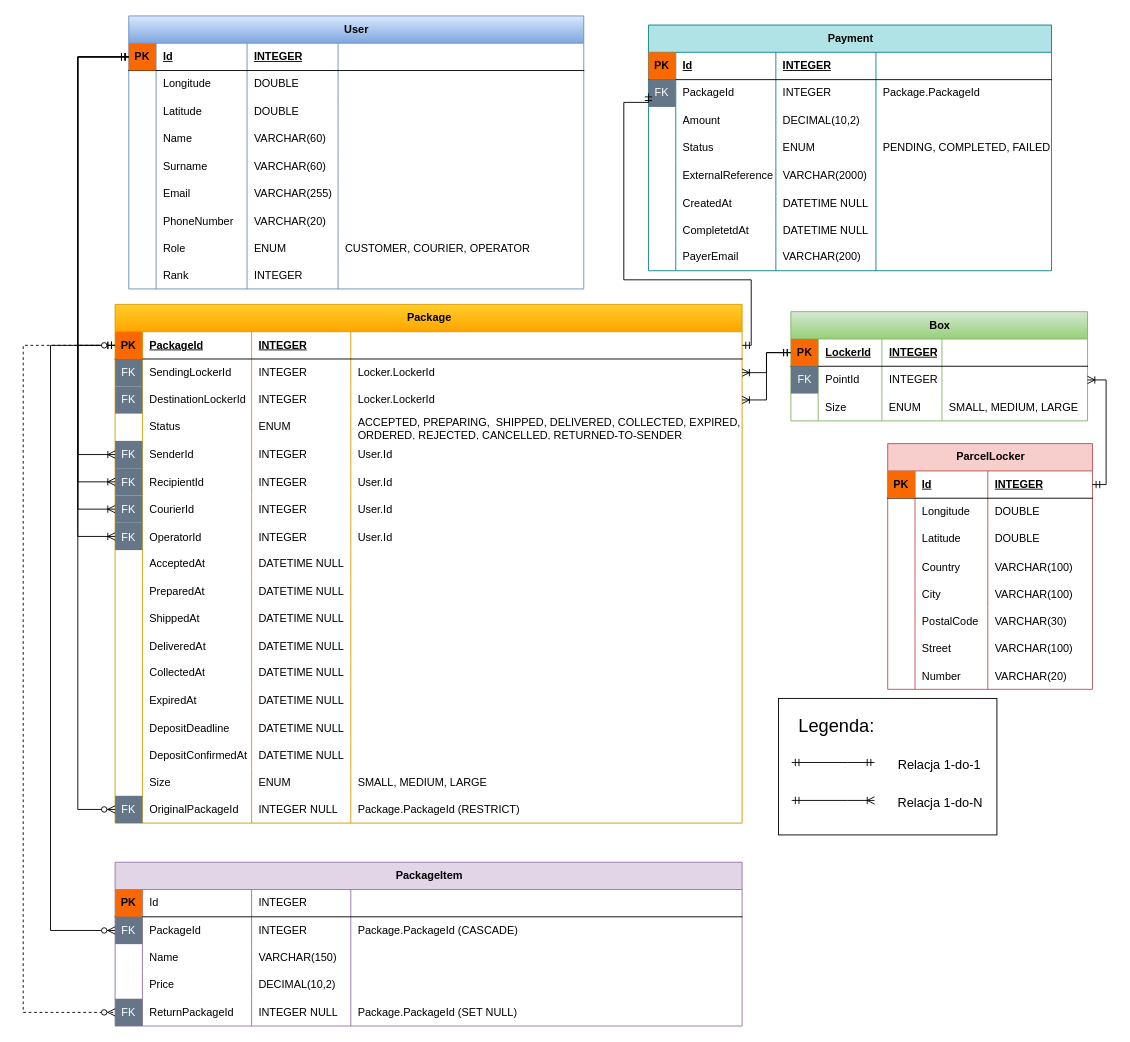
AGH-ISI-projects/package-management keeps this draw.io diagram as krzycha/docs/nowe/er/IO - diagram ER - rozszerzony.drawio. Above is the earlier version. Source tidied: cells renumbered, new cells numbered last; positions are measured from the earlier drawing's top-left corner, leaving out a move shared by most shapes. Both pictures are drawn from the tidied source at 91%, with x=0, y=0 at pixel (23, 15).
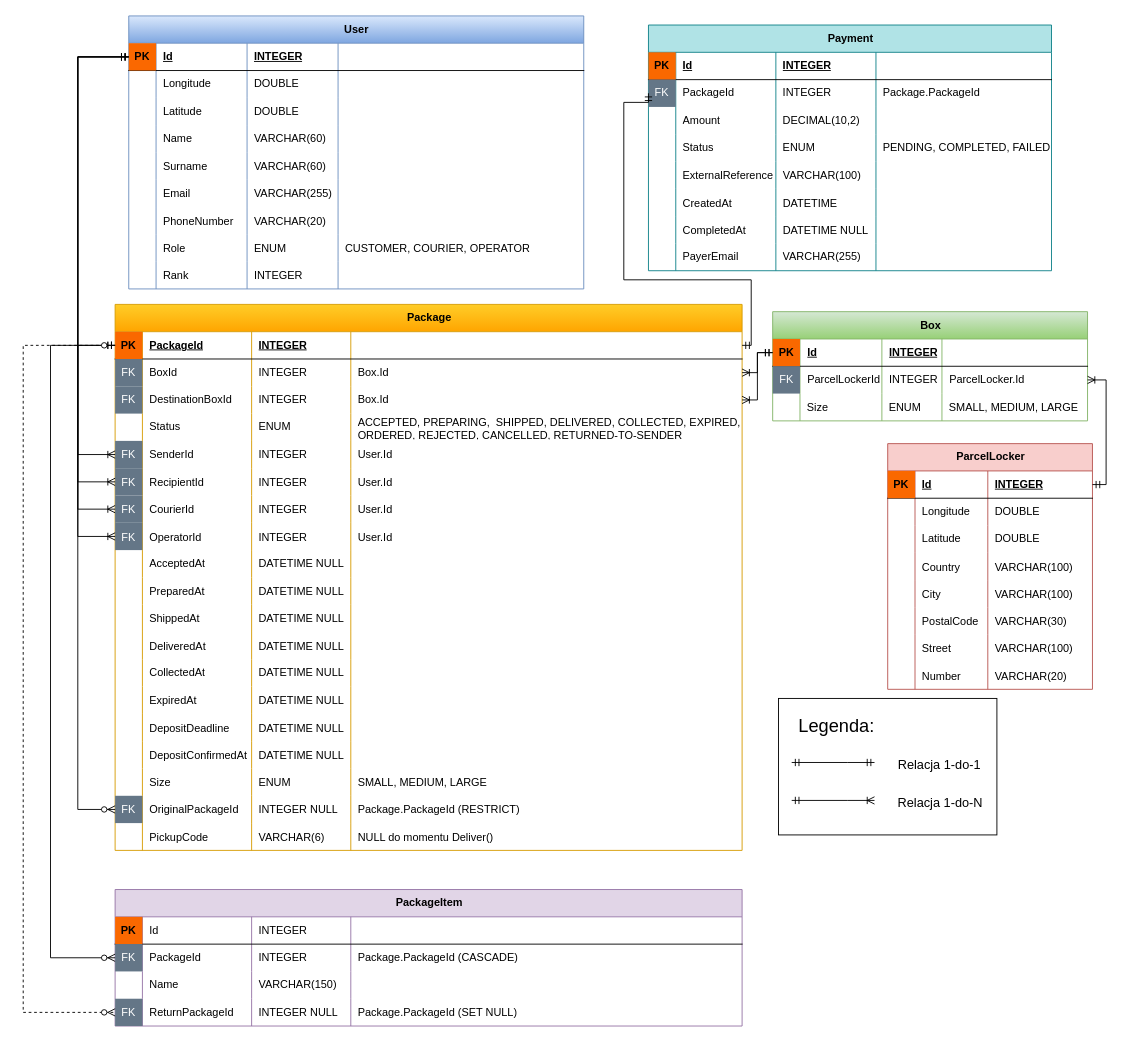
The same page after the edit.

Unchanged cells that the change refers to:
```xml
<mxCell id="19" style="shape=tableRow;horizontal=0;startSize=0;swimlaneHead=0;swimlaneBody=0;fillColor=none;points=[[0,0.5],[1,0.5]];portConstraint=eastwest;top=0;left=0;right=0;bottom=1;" parent="18" vertex="1">
  <mxGeometry y="30" width="689" height="30" as="geometry" />
</mxCell>
<mxCell id="24" style="shape=tableRow;horizontal=0;startSize=0;swimlaneHead=0;swimlaneBody=0;fillColor=none;points=[[0,0.5],[1,0.5]];portConstraint=eastwest;top=0;left=0;right=0;bottom=0;" parent="18" vertex="1">
  <mxGeometry y="60" width="689" height="30" as="geometry" />
</mxCell>
<mxCell id="29" style="shape=tableRow;horizontal=0;startSize=0;swimlaneHead=0;swimlaneBody=0;fillColor=none;points=[[0,0.5],[1,0.5]];portConstraint=eastwest;top=0;left=0;right=0;bottom=0;" parent="18" vertex="1">
  <mxGeometry y="90" width="689" height="30" as="geometry" />
</mxCell>
<mxCell id="214" style="shape=tableRow;horizontal=0;startSize=0;swimlaneHead=0;swimlaneBody=0;fillColor=none;top=0;left=0;right=0;bottom=0;" parent="193" vertex="1">
  <mxGeometry y="150" width="442.9" height="30" as="geometry" />
</mxCell>
<mxCell id="219" style="shape=tableRow;horizontal=0;startSize=0;swimlaneHead=0;swimlaneBody=0;fillColor=none;top=0;left=0;right=0;bottom=0;" parent="193" vertex="1">
  <mxGeometry y="180" width="442.9" height="30" as="geometry" />
</mxCell>
<mxCell id="224" style="shape=tableRow;horizontal=0;startSize=0;swimlaneHead=0;swimlaneBody=0;fillColor=none;top=0;left=0;right=0;bottom=0;" parent="193" vertex="1">
  <mxGeometry y="210" width="442.9" height="30" as="geometry" />
</mxCell>
<mxCell id="229" style="shape=tableRow;horizontal=0;startSize=0;swimlaneHead=0;swimlaneBody=0;fillColor=none;top=0;left=0;right=0;bottom=0;" parent="193" vertex="1">
  <mxGeometry y="240" width="442.9" height="30" as="geometry" />
</mxCell>
<mxCell id="250" style="shape=tableRow;horizontal=0;startSize=0;swimlaneHead=0;swimlaneBody=0;fillColor=none;points=[[0,0.5],[1,0.5]];portConstraint=eastwest;top=0;left=0;right=0;bottom=0;" parent="244" vertex="1">
  <mxGeometry y="60" width="689" height="30" as="geometry" />
</mxCell>
```

Diff of the diagram source:
```diff
@@
     <mxCell id="2" value="Box" style="shape=table;startSize=30;childLayout=tableLayout;rowLines=0;fontStyle=1;align=center;html=1;fillColor=#d5e8d4;gradientColor=#97d077;strokeColor=#82b366;swimlaneFillColor=default;" parent="1" vertex="1">
-      <mxGeometry x="843.6" y="325" width="326" height="120" as="geometry" />
+      <mxGeometry x="823.6" y="325" width="346" height="120" as="geometry" />
     </mxCell>
     <mxCell id="3" style="shape=tableRow;horizontal=0;startSize=0;swimlaneHead=0;swimlaneBody=0;fillColor=none;points=[[0,0.5],[1,0.5]];portConstraint=eastwest;top=0;left=0;right=0;bottom=1;" parent="2" vertex="1">
-      <mxGeometry y="30" width="326" height="30" as="geometry" />
+      <mxGeometry y="30" width="346" height="30" as="geometry" />
     </mxCell>
@@
-    <mxCell id="5" value="LockerId" style="shape=partialRectangle;fillColor=none;top=0;left=0;bottom=0;right=0;align=left;spacingLeft=6;fontStyle=5;overflow=hidden;whiteSpace=wrap;html=1;" parent="3" vertex="1">
-      <mxGeometry x="30" width="70" height="30" as="geometry" />
+    <mxCell id="5" value="Id" style="shape=partialRectangle;fillColor=none;top=0;left=0;bottom=0;right=0;align=left;spacingLeft=6;fontStyle=5;overflow=hidden;whiteSpace=wrap;html=1;" parent="3" vertex="1">
+      <mxGeometry x="30" width="90" height="30" as="geometry" />
     </mxCell>
     <mxCell id="6" value="INTEGER" style="shape=partialRectangle;fillColor=none;top=0;left=0;bottom=0;right=0;align=left;spacingLeft=6;fontStyle=5;overflow=hidden;whiteSpace=wrap;html=1;" parent="3" vertex="1">
-      <mxGeometry x="100" width="66" height="30" as="geometry" />
+      <mxGeometry x="120" width="66" height="30" as="geometry" />
     </mxCell>
     <mxCell id="7" style="shape=partialRectangle;fillColor=none;top=0;left=0;bottom=0;right=0;align=left;spacingLeft=6;fontStyle=5;overflow=hidden;whiteSpace=wrap;html=1;" parent="3" vertex="1">
-      <mxGeometry x="166" width="160" height="30" as="geometry" />
+      <mxGeometry x="186" width="160" height="30" as="geometry" />
     </mxCell>
     <mxCell id="8" style="shape=tableRow;horizontal=0;startSize=0;swimlaneHead=0;swimlaneBody=0;fillColor=none;points=[[0,0.5],[1,0.5]];portConstraint=eastwest;top=0;left=0;right=0;bottom=0;" parent="2" vertex="1">
-      <mxGeometry y="60" width="326" height="30" as="geometry" />
+      <mxGeometry y="60" width="346" height="30" as="geometry" />
     </mxCell>
@@
-    <mxCell id="10" value="PointId" style="shape=partialRectangle;fillColor=none;top=0;left=0;bottom=0;right=0;align=left;spacingLeft=6;fontStyle=0;overflow=hidden;whiteSpace=wrap;html=1;" parent="8" vertex="1">
-      <mxGeometry x="30" width="70" height="30" as="geometry" />
+    <mxCell id="10" value="ParcelLockerId" style="shape=partialRectangle;fillColor=none;top=0;left=0;bottom=0;right=0;align=left;spacingLeft=6;fontStyle=0;overflow=hidden;whiteSpace=wrap;html=1;" parent="8" vertex="1">
+      <mxGeometry x="30" width="90" height="30" as="geometry" />
     </mxCell>
     <mxCell id="11" value="INTEGER" style="shape=partialRectangle;fillColor=none;top=0;left=0;bottom=0;right=0;align=left;spacingLeft=6;fontStyle=0;overflow=hidden;whiteSpace=wrap;html=1;" parent="8" vertex="1">
-      <mxGeometry x="100" width="66" height="30" as="geometry" />
+      <mxGeometry x="120" width="66" height="30" as="geometry" />
     </mxCell>
-    <mxCell id="12" style="shape=partialRectangle;fillColor=none;top=0;left=0;bottom=0;right=0;align=left;spacingLeft=6;fontStyle=0;overflow=hidden;whiteSpace=wrap;html=1;" parent="8" vertex="1">
-      <mxGeometry x="166" width="160" height="30" as="geometry" />
+    <mxCell id="12" value="ParcelLocker.Id" style="shape=partialRectangle;fillColor=none;top=0;left=0;bottom=0;right=0;align=left;spacingLeft=6;fontStyle=0;overflow=hidden;whiteSpace=wrap;html=1;" parent="8" vertex="1">
+      <mxGeometry x="186" width="160" height="30" as="geometry" />
     </mxCell>
     <mxCell id="13" style="shape=tableRow;horizontal=0;startSize=0;swimlaneHead=0;swimlaneBody=0;fillColor=none;top=0;left=0;right=0;bottom=0;" parent="2" vertex="1">
-      <mxGeometry y="90" width="326" height="30" as="geometry" />
+      <mxGeometry y="90" width="346" height="30" as="geometry" />
     </mxCell>
@@
     <mxCell id="15" value="Size" style="shape=partialRectangle;fillColor=none;top=0;left=0;bottom=0;right=0;align=left;spacingLeft=6;overflow=hidden;" parent="13" vertex="1">
-      <mxGeometry x="30" width="70" height="30" as="geometry" />
+      <mxGeometry x="30" width="90" height="30" as="geometry" />
     </mxCell>
     <mxCell id="16" value="ENUM" style="shape=partialRectangle;fillColor=none;top=0;left=0;bottom=0;right=0;align=left;spacingLeft=6;overflow=hidden;" parent="13" vertex="1">
-      <mxGeometry x="100" width="66" height="30" as="geometry" />
+      <mxGeometry x="120" width="66" height="30" as="geometry" />
     </mxCell>
     <mxCell id="17" value="SMALL, MEDIUM, LARGE" style="shape=partialRectangle;fillColor=none;top=0;left=0;bottom=0;right=0;align=left;spacingLeft=6;overflow=hidden;" parent="13" vertex="1">
-      <mxGeometry x="166" width="160" height="30" as="geometry" />
+      <mxGeometry x="186" width="160" height="30" as="geometry" />
     </mxCell>
     <mxCell id="18" value="Package" style="shape=table;startSize=30;childLayout=tableLayout;rowLines=0;fontStyle=1;align=center;html=1;swimlaneFillColor=default;fillColor=#ffcd28;strokeColor=#d79b00;gradientColor=#ffa500;" parent="1" vertex="1">
-      <mxGeometry x="101" y="317" width="689" height="570" as="geometry" />
+      <mxGeometry x="101" y="317" width="689" height="600" as="geometry" />
     </mxCell>
@@
-    <mxCell id="26" value="SendingLockerId" style="shape=partialRectangle;fillColor=none;top=0;left=0;bottom=0;right=0;align=left;spacingLeft=6;overflow=hidden;whiteSpace=wrap;html=1;" parent="24" vertex="1">
+    <mxCell id="26" value="BoxId" style="shape=partialRectangle;fillColor=none;top=0;left=0;bottom=0;right=0;align=left;spacingLeft=6;overflow=hidden;whiteSpace=wrap;html=1;" parent="24" vertex="1">
       <mxGeometry x="30" width="120" height="30" as="geometry" />
     </mxCell>
@@
-    <mxCell id="28" value="Locker.LockerId" style="shape=partialRectangle;fillColor=none;top=0;left=0;bottom=0;right=0;align=left;spacingLeft=6;overflow=hidden;whiteSpace=wrap;html=1;" parent="24" vertex="1">
+    <mxCell id="28" value="Box.Id" style="shape=partialRectangle;fillColor=none;top=0;left=0;bottom=0;right=0;align=left;spacingLeft=6;overflow=hidden;whiteSpace=wrap;html=1;" parent="24" vertex="1">
       <mxGeometry x="259" width="430" height="30" as="geometry" />
     </mxCell>
@@
-    <mxCell id="31" value="DestinationLockerId" style="shape=partialRectangle;fillColor=none;top=0;left=0;bottom=0;right=0;align=left;spacingLeft=6;fontStyle=0;overflow=hidden;whiteSpace=wrap;html=1;" parent="29" vertex="1">
+    <mxCell id="31" value="DestinationBoxId" style="shape=partialRectangle;fillColor=none;top=0;left=0;bottom=0;right=0;align=left;spacingLeft=6;fontStyle=0;overflow=hidden;whiteSpace=wrap;html=1;" parent="29" vertex="1">
       <mxGeometry x="30" width="120" height="30" as="geometry" />
     </mxCell>
@@
-    <mxCell id="33" value="Locker.LockerId" style="shape=partialRectangle;fillColor=none;top=0;left=0;bottom=0;right=0;align=left;spacingLeft=6;fontStyle=0;overflow=hidden;whiteSpace=wrap;html=1;" parent="29" vertex="1">
+    <mxCell id="33" value="Box.Id" style="shape=partialRectangle;fillColor=none;top=0;left=0;bottom=0;right=0;align=left;spacingLeft=6;fontStyle=0;overflow=hidden;whiteSpace=wrap;html=1;" parent="29" vertex="1">
       <mxGeometry x="259" width="430" height="30" as="geometry" />
     </mxCell>
@@
-    <mxCell id="217" value="VARCHAR(2000)" style="shape=partialRectangle;fillColor=none;top=0;left=0;bottom=0;right=0;align=left;spacingLeft=6;overflow=hidden;" parent="214" vertex="1">
+    <mxCell id="217" value="VARCHAR(100)" style="shape=partialRectangle;fillColor=none;top=0;left=0;bottom=0;right=0;align=left;spacingLeft=6;overflow=hidden;" parent="214" vertex="1">
       <mxGeometry x="140" width="110" height="30" as="geometry" />
     </mxCell>
@@
-    <mxCell id="222" value="DATETIME NULL" style="shape=partialRectangle;fillColor=none;top=0;left=0;bottom=0;right=0;align=left;spacingLeft=6;overflow=hidden;" parent="219" vertex="1">
+    <mxCell id="222" value="DATETIME" style="shape=partialRectangle;fillColor=none;top=0;left=0;bottom=0;right=0;align=left;spacingLeft=6;overflow=hidden;" parent="219" vertex="1">
       <mxGeometry x="140" width="110" height="30" as="geometry" />
     </mxCell>
@@
-    <mxCell id="226" value="CompletetdAt" style="shape=partialRectangle;fillColor=none;top=0;left=0;bottom=0;right=0;align=left;spacingLeft=6;overflow=hidden;" parent="224" vertex="1">
+    <mxCell id="226" value="CompletedAt" style="shape=partialRectangle;fillColor=none;top=0;left=0;bottom=0;right=0;align=left;spacingLeft=6;overflow=hidden;" parent="224" vertex="1">
       <mxGeometry x="30" width="110" height="30" as="geometry" />
     </mxCell>
@@
-    <mxCell id="232" value="VARCHAR(200)" style="shape=partialRectangle;fillColor=none;top=0;left=0;bottom=0;right=0;align=left;spacingLeft=6;fontStyle=0;overflow=hidden;whiteSpace=wrap;html=1;" parent="229" vertex="1">
+    <mxCell id="232" value="VARCHAR(255)" style="shape=partialRectangle;fillColor=none;top=0;left=0;bottom=0;right=0;align=left;spacingLeft=6;fontStyle=0;overflow=hidden;whiteSpace=wrap;html=1;" parent="229" vertex="1">
       <mxGeometry x="140" width="110" height="30" as="geometry" />
     </mxCell>
@@
+    <mxCell id="273" style="shape=tableRow;horizontal=0;startSize=0;swimlaneHead=0;swimlaneBody=0;fillColor=none;top=0;left=0;right=0;bottom=0;" parent="18" vertex="1">
+      <mxGeometry y="570" width="689" height="30" as="geometry" />
+    </mxCell>
+    <mxCell id="261" style="shape=partialRectangle;fillColor=none;top=0;left=0;bottom=0;right=0;overflow=hidden;" parent="273" vertex="1">
+      <mxGeometry width="30" height="30" as="geometry" />
+    </mxCell>
+    <mxCell id="274" value="PickupCode" style="shape=partialRectangle;fillColor=none;top=0;left=0;bottom=0;right=0;align=left;spacingLeft=6;overflow=hidden;" parent="273" vertex="1">
+      <mxGeometry x="30" width="120" height="30" as="geometry" />
+    </mxCell>
+    <mxCell id="275" value="VARCHAR(6)" style="shape=partialRectangle;fillColor=none;top=0;left=0;bottom=0;right=0;align=left;spacingLeft=6;overflow=hidden;" parent="273" vertex="1">
+      <mxGeometry x="150" width="109" height="30" as="geometry" />
+    </mxCell>
+    <mxCell id="276" value="NULL do momentu Deliver()" style="shape=partialRectangle;fillColor=none;top=0;left=0;bottom=0;right=0;align=left;spacingLeft=6;overflow=hidden;" parent="273" vertex="1">
+      <mxGeometry x="259" width="430" height="30" as="geometry" />
+    </mxCell>
     <mxCell id="244" value="PackageItem" style="shape=table;startSize=30;childLayout=tableLayout;rowLines=0;fontStyle=1;align=center;html=1;swimlaneFillColor=default;fillColor=#e1d5e7;strokeColor=#9673a6;gradientColor=none;" parent="1" vertex="1">
-      <mxGeometry x="101" y="930" width="689" height="180" as="geometry" />
+      <mxGeometry x="101" y="960" width="689" height="150" as="geometry" />
     </mxCell>
@@
-    <mxCell id="260" style="shape=tableRow;horizontal=0;startSize=0;swimlaneHead=0;swimlaneBody=0;fillColor=none;top=0;left=0;right=0;bottom=0;" parent="244" vertex="1">
-      <mxGeometry y="120" width="689" height="30" as="geometry" />
-    </mxCell>
-    <mxCell id="261" style="shape=partialRectangle;fillColor=none;top=0;left=0;bottom=0;right=0;overflow=hidden;" parent="260" vertex="1">
-      <mxGeometry width="30" height="30" as="geometry" />
-    </mxCell>
-    <mxCell id="262" value="Price" style="shape=partialRectangle;fillColor=none;top=0;left=0;bottom=0;right=0;align=left;spacingLeft=6;overflow=hidden;whiteSpace=wrap;html=1;" parent="260" vertex="1">
-      <mxGeometry x="30" width="120" height="30" as="geometry" />
-    </mxCell>
-    <mxCell id="263" value="DECIMAL(10,2)" style="shape=partialRectangle;fillColor=none;top=0;left=0;bottom=0;right=0;align=left;spacingLeft=6;overflow=hidden;whiteSpace=wrap;html=1;" parent="260" vertex="1">
-      <mxGeometry x="150" width="109" height="30" as="geometry" />
-    </mxCell>
-    <mxCell id="264" style="shape=partialRectangle;fillColor=none;top=0;left=0;bottom=0;right=0;align=left;spacingLeft=6;overflow=hidden;whiteSpace=wrap;html=1;" parent="260" vertex="1">
-      <mxGeometry x="259" width="430" height="30" as="geometry" />
-    </mxCell>
     <mxCell id="265" style="shape=tableRow;horizontal=0;startSize=0;swimlaneHead=0;swimlaneBody=0;fillColor=none;points=[[0,0.5],[1,0.5]];portConstraint=eastwest;top=0;left=0;right=0;bottom=0;" parent="244" vertex="1">
-      <mxGeometry y="150" width="689" height="30" as="geometry" />
+      <mxGeometry y="120" width="689" height="30" as="geometry" />
     </mxCell>
@@
     <mxCell id="271" style="edgeStyle=orthogonalEdgeStyle;fontSize=12;html=1;endArrow=ERzeroToMany;startArrow=ERmandOne;rounded=0;exitX=0;exitY=0.5;exitDx=0;exitDy=0;entryX=0;entryY=0.5;entryDx=0;entryDy=0;" parent="1" edge="1" source="19" target="250">
       <mxGeometry relative="1" as="geometry">
         <Array as="points">
           <mxPoint x="30" y="362" />
-          <mxPoint x="30" y="1005" />
+          <mxPoint x="30" y="1035" />
         </Array>
       </mxGeometry>
     </mxCell>
```
